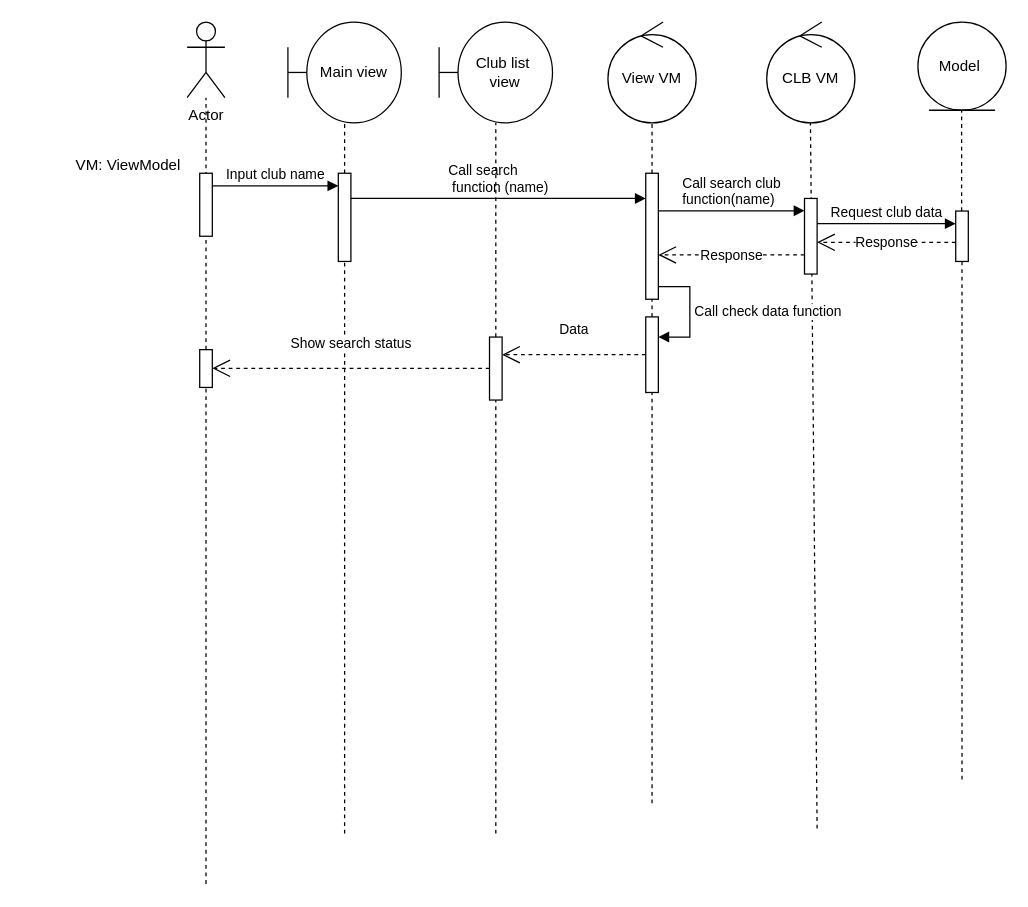
This is page "Search" (5 of 13) of Diagram.drawio from DnhTrn/finall_project, a draw.io file, before an edit. Source tidied: cells renumbered, new cells numbered last; positions are measured from the earlier drawing's top-left corner, leaving out a move shared by most shapes. Both pictures are drawn from the tidied source at 126%, with x=0, y=0 at pixel (73, 21).
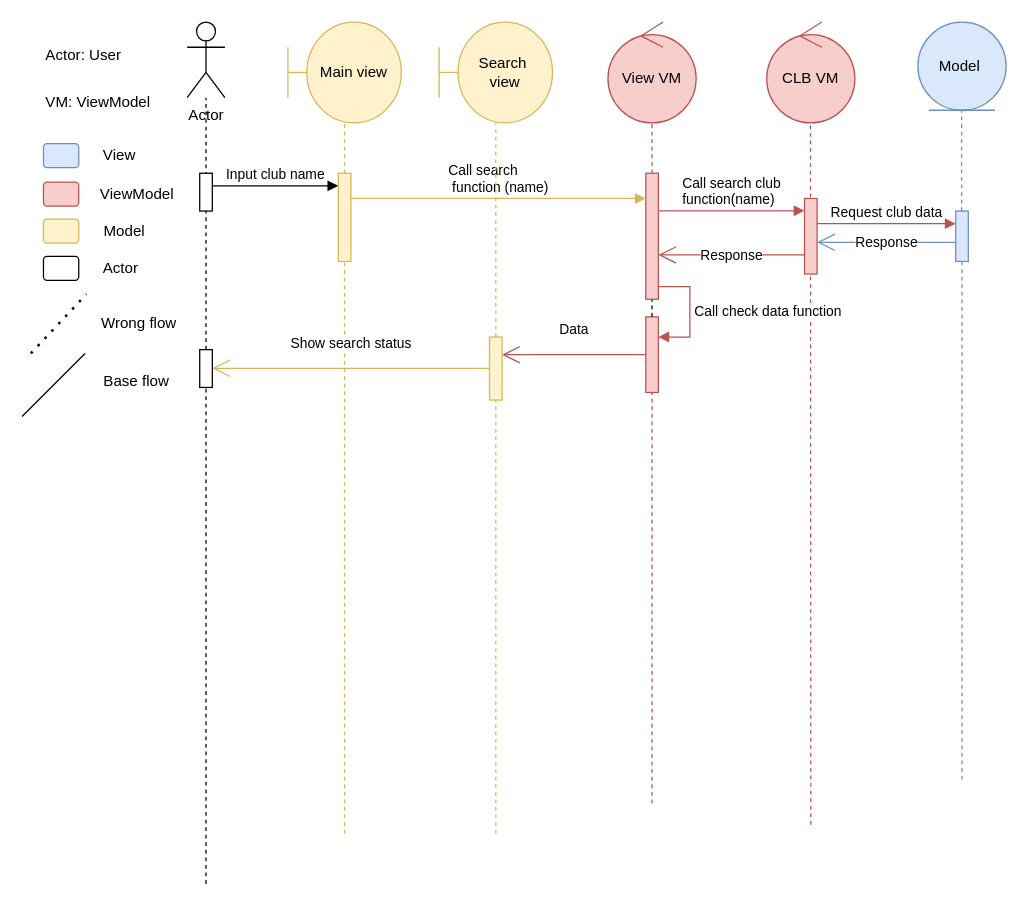
Above is the later version.

Diff of the diagram source:
```diff
@@
-    <mxCell id="3" value="Main view" style="shape=umlBoundary;whiteSpace=wrap;html=1;" parent="1" vertex="1">
+    <mxCell id="3" value="Main view" style="shape=umlBoundary;whiteSpace=wrap;html=1;fillColor=#fff2cc;strokeColor=#d6b656;" parent="1" vertex="1">
       <mxGeometry x="170" width="90" height="80" as="geometry" />
     </mxCell>
-    <mxCell id="4" value="Model&amp;nbsp;" style="ellipse;shape=umlEntity;whiteSpace=wrap;html=1;" parent="1" vertex="1">
+    <mxCell id="4" value="Model&amp;nbsp;" style="ellipse;shape=umlEntity;whiteSpace=wrap;html=1;fillColor=#dae8fc;strokeColor=#6c8ebf;" parent="1" vertex="1">
       <mxGeometry x="670" width="70" height="70" as="geometry" />
     </mxCell>
@@
-    <mxCell id="6" style="endArrow=none;dashed=1;html=1;rounded=0;" parent="1" edge="1" source="31">
+    <mxCell id="6" style="endArrow=none;dashed=1;html=1;rounded=0;fillColor=#dae8fc;strokeColor=#6c8ebf;" parent="1" edge="1" source="31">
       <mxGeometry relative="1" as="geometry">
         <mxPoint x="704.7" y="70" as="targetPoint" />
       </mxGeometry>
     </mxCell>
-    <mxCell id="7" style="endArrow=none;dashed=1;html=1;rounded=0;" parent="1" edge="1" source="29" target="3">
+    <mxCell id="7" style="endArrow=none;dashed=1;html=1;rounded=0;fillColor=#fff2cc;strokeColor=#d6b656;" parent="1" edge="1" source="29" target="3">
       <mxGeometry relative="1" as="geometry" />
     </mxCell>
-    <mxCell id="8" value="CLB VM" style="ellipse;shape=umlControl;whiteSpace=wrap;html=1;" parent="1" vertex="1">
+    <mxCell id="8" value="CLB VM" style="ellipse;shape=umlControl;whiteSpace=wrap;html=1;fillColor=#f8cecc;strokeColor=#b85450;" parent="1" vertex="1">
       <mxGeometry x="550" width="70" height="80" as="geometry" />
     </mxCell>
-    <mxCell id="9" style="endArrow=none;dashed=1;html=1;rounded=0;entryX=0.496;entryY=1;entryDx=0;entryDy=0;entryPerimeter=0;" parent="1" edge="1" target="8">
+    <mxCell id="9" style="endArrow=none;dashed=1;html=1;rounded=0;entryX=0.496;entryY=1;entryDx=0;entryDy=0;entryPerimeter=0;fillColor=#f8cecc;strokeColor=#b85450;" parent="1" edge="1" target="8">
       <mxGeometry relative="1" as="geometry">
-        <mxPoint x="590" y="640" as="sourcePoint" />
+        <mxPoint x="585" y="637" as="sourcePoint" />
       </mxGeometry>
     </mxCell>
-    <mxCell id="10" style="html=1;points=[[0,0,0,0,5],[0,1,0,0,-5],[1,0,0,0,5],[1,1,0,0,-5]];perimeter=orthogonalPerimeter;outlineConnect=0;targetShapes=umlLifeline;portConstraint=eastwest;newEdgeStyle={&quot;curved&quot;:0,&quot;rounded&quot;:0};" parent="1" vertex="1">
+    <mxCell id="10" style="html=1;points=[[0,0,0,0,5],[0,1,0,0,-5],[1,0,0,0,5],[1,1,0,0,-5]];perimeter=orthogonalPerimeter;outlineConnect=0;targetShapes=umlLifeline;portConstraint=eastwest;newEdgeStyle={&quot;curved&quot;:0,&quot;rounded&quot;:0};fillColor=#f8cecc;strokeColor=#b85450;" parent="1" vertex="1">
       <mxGeometry x="580" y="140" width="10" height="60" as="geometry" />
     </mxCell>
-    <mxCell id="11" style="endArrow=none;dashed=1;html=1;rounded=0;" parent="1" edge="1" target="31">
+    <mxCell id="11" style="endArrow=none;dashed=1;html=1;rounded=0;fillColor=#dae8fc;strokeColor=#6c8ebf;" parent="1" edge="1" target="31">
       <mxGeometry relative="1" as="geometry">
         <mxPoint x="705" y="601.1" as="sourcePoint" />
       </mxGeometry>
     </mxCell>
-    <mxCell id="12" value="&lt;div style=&quot;text-align: left;&quot;&gt;Request club data&lt;/div&gt;" style="html=1;verticalAlign=bottom;endArrow=block;curved=0;rounded=0;" parent="1" edge="1" source="10">
+    <mxCell id="12" value="&lt;div style=&quot;text-align: left;&quot;&gt;Request club data&lt;/div&gt;" style="html=1;verticalAlign=bottom;endArrow=block;curved=0;rounded=0;fillColor=#f8cecc;strokeColor=#b85450;" parent="1" edge="1" source="10">
       <mxGeometry relative="1" as="geometry">
         <mxPoint x="700" y="160" as="targetPoint" />
       </mxGeometry>
     </mxCell>
-    <mxCell id="13" value="Response" style="endArrow=open;endSize=12;dashed=1;html=1;rounded=0;" parent="1" edge="1" target="10">
+    <mxCell id="13" value="Response" style="endArrow=open;endSize=12;html=1;rounded=0;fillColor=#dae8fc;strokeColor=#6c8ebf;" parent="1" edge="1" target="10">
       <mxGeometry relative="1" as="geometry">
         <mxPoint x="700" y="174.8" as="sourcePoint" />
       </mxGeometry>
     </mxCell>
-    <mxCell id="14" value="View VM" style="ellipse;shape=umlControl;whiteSpace=wrap;html=1;" parent="1" vertex="1">
+    <mxCell id="14" value="View VM" style="ellipse;shape=umlControl;whiteSpace=wrap;html=1;fillColor=#f8cecc;strokeColor=#b85450;" parent="1" vertex="1">
       <mxGeometry x="424" width="70" height="80" as="geometry" />
     </mxCell>
-    <mxCell id="15" style="endArrow=none;dashed=1;html=1;rounded=0;" parent="1" edge="1" source="19">
+    <mxCell id="15" style="endArrow=none;dashed=1;html=1;rounded=0;fillColor=#f8cecc;strokeColor=#b85450;" parent="1" edge="1" source="19">
       <mxGeometry relative="1" as="geometry">
         <mxPoint x="459" y="80" as="targetPoint" />
       </mxGeometry>
     </mxCell>
-    <mxCell id="16" style="html=1;points=[[0,0,0,0,5],[0,1,0,0,-5],[1,0,0,0,5],[1,1,0,0,-5]];perimeter=orthogonalPerimeter;outlineConnect=0;targetShapes=umlLifeline;portConstraint=eastwest;newEdgeStyle={&quot;curved&quot;:0,&quot;rounded&quot;:0};" parent="1" vertex="1">
+    <mxCell id="16" style="html=1;points=[[0,0,0,0,5],[0,1,0,0,-5],[1,0,0,0,5],[1,1,0,0,-5]];perimeter=orthogonalPerimeter;outlineConnect=0;targetShapes=umlLifeline;portConstraint=eastwest;newEdgeStyle={&quot;curved&quot;:0,&quot;rounded&quot;:0};fillColor=#f8cecc;strokeColor=#b85450;" parent="1" vertex="1">
       <mxGeometry x="454" y="234" width="10" height="60" as="geometry" />
     </mxCell>
-    <mxCell id="17" value="&lt;div style=&quot;text-align: left;&quot;&gt;Call search club&lt;/div&gt;&lt;div style=&quot;text-align: left;&quot;&gt;function(name)&lt;/div&gt;" style="html=1;verticalAlign=bottom;endArrow=block;curved=0;rounded=0;" parent="1" edge="1" source="19">
+    <mxCell id="17" value="&lt;div style=&quot;text-align: left;&quot;&gt;Call search club&lt;/div&gt;&lt;div style=&quot;text-align: left;&quot;&gt;function(name)&lt;/div&gt;" style="html=1;verticalAlign=bottom;endArrow=block;curved=0;rounded=0;fillColor=#f8cecc;strokeColor=#b85450;" parent="1" edge="1" source="19">
       <mxGeometry relative="1" as="geometry">
         <mxPoint x="580" y="149.8" as="targetPoint" />
         <Array as="points">
           <mxPoint x="580" y="149.8" />
         </Array>
       </mxGeometry>
     </mxCell>
@@
-    <mxCell id="19" style="html=1;points=[[0,0,0,0,5],[0,1,0,0,-5],[1,0,0,0,5],[1,1,0,0,-5]];perimeter=orthogonalPerimeter;outlineConnect=0;targetShapes=umlLifeline;portConstraint=eastwest;newEdgeStyle={&quot;curved&quot;:0,&quot;rounded&quot;:0};" parent="1" vertex="1">
+    <mxCell id="19" style="html=1;points=[[0,0,0,0,5],[0,1,0,0,-5],[1,0,0,0,5],[1,1,0,0,-5]];perimeter=orthogonalPerimeter;outlineConnect=0;targetShapes=umlLifeline;portConstraint=eastwest;newEdgeStyle={&quot;curved&quot;:0,&quot;rounded&quot;:0};fillColor=#f8cecc;strokeColor=#b85450;" parent="1" vertex="1">
       <mxGeometry x="454" y="120" width="10" height="100" as="geometry" />
     </mxCell>
-    <mxCell id="20" value="Response" style="endArrow=open;endSize=12;dashed=1;html=1;rounded=0;" parent="1" edge="1" target="19">
+    <mxCell id="20" value="Response" style="endArrow=open;endSize=12;html=1;rounded=0;fillColor=#f8cecc;strokeColor=#b85450;" parent="1" edge="1" target="19">
       <mxGeometry relative="1" as="geometry">
         <mxPoint x="580" y="184.8" as="sourcePoint" />
       </mxGeometry>
     </mxCell>
-    <mxCell id="21" value="Call check data function&amp;nbsp;" style="html=1;align=left;spacingLeft=2;endArrow=block;rounded=0;edgeStyle=orthogonalEdgeStyle;curved=0;rounded=0;" parent="1" edge="1" source="19" target="16">
+    <mxCell id="21" value="Call check data function&amp;nbsp;" style="html=1;align=left;spacingLeft=2;endArrow=block;rounded=0;edgeStyle=orthogonalEdgeStyle;curved=0;rounded=0;fillColor=#f8cecc;strokeColor=#b85450;" parent="1" edge="1" source="19" target="16">
       <mxGeometry relative="1" as="geometry">
         <Array as="points">
           <mxPoint x="489" y="210" />
           <mxPoint x="489" y="250" />
         </Array>
       </mxGeometry>
     </mxCell>
-    <mxCell id="22" style="endArrow=none;dashed=1;html=1;rounded=0;" parent="1" edge="1" target="29">
+    <mxCell id="22" style="endArrow=none;dashed=1;html=1;rounded=0;fillColor=#fff2cc;strokeColor=#d6b656;" parent="1" edge="1" target="29">
       <mxGeometry relative="1" as="geometry">
         <mxPoint x="215" y="644" as="sourcePoint" />
       </mxGeometry>
     </mxCell>
-    <mxCell id="23" value="Show search status" style="endArrow=open;endSize=12;dashed=1;html=1;rounded=0;" parent="1" edge="1" source="36">
+    <mxCell id="23" value="Show search status" style="endArrow=open;endSize=12;html=1;rounded=0;fillColor=#fff2cc;strokeColor=#d6b656;" parent="1" edge="1" source="36">
       <mxGeometry y="-20" relative="1" as="geometry">
         <mxPoint x="110" y="274.8" as="targetPoint" />
       </mxGeometry>
     </mxCell>
@@
-    <mxCell id="26" style="endArrow=none;dashed=1;html=1;rounded=0;" parent="1" edge="1" target="16">
+    <mxCell id="26" style="endArrow=none;dashed=1;html=1;rounded=0;fillColor=#f8cecc;strokeColor=#b85450;" parent="1" edge="1" target="16">
       <mxGeometry relative="1" as="geometry">
         <mxPoint x="459" y="620" as="sourcePoint" />
       </mxGeometry>
     </mxCell>
     <mxCell id="27" style="html=1;perimeter=orthogonalPerimeter;targetShapes=umlLifeline;newEdgeStyle={&quot;curved&quot;:0,&quot;rounded&quot;:0};" parent="1" vertex="1">
-      <mxGeometry x="100" y="120" width="10" height="50" as="geometry" />
+      <mxGeometry x="100" y="120" width="10" height="30" as="geometry" />
     </mxCell>
@@
-    <mxCell id="29" style="html=1;points=[[0,0,0,0,5],[0,1,0,0,-5],[1,0,0,0,5],[1,1,0,0,-5]];perimeter=orthogonalPerimeter;outlineConnect=0;targetShapes=umlLifeline;portConstraint=eastwest;newEdgeStyle={&quot;curved&quot;:0,&quot;rounded&quot;:0};" parent="1" vertex="1">
+    <mxCell id="29" style="html=1;points=[[0,0,0,0,5],[0,1,0,0,-5],[1,0,0,0,5],[1,1,0,0,-5]];perimeter=orthogonalPerimeter;outlineConnect=0;targetShapes=umlLifeline;portConstraint=eastwest;newEdgeStyle={&quot;curved&quot;:0,&quot;rounded&quot;:0};fillColor=#fff2cc;strokeColor=#d6b656;" parent="1" vertex="1">
       <mxGeometry x="210" y="120" width="10" height="70" as="geometry" />
     </mxCell>
-    <mxCell id="30" value="&lt;div style=&quot;text-align: left;&quot;&gt;Call search&lt;/div&gt;&lt;div style=&quot;text-align: left;&quot;&gt;&amp;nbsp;function (name)&lt;/div&gt;" style="html=1;verticalAlign=bottom;endArrow=block;curved=0;rounded=0;" parent="1" edge="1" target="19">
+    <mxCell id="30" value="&lt;div style=&quot;text-align: left;&quot;&gt;Call search&lt;/div&gt;&lt;div style=&quot;text-align: left;&quot;&gt;&amp;nbsp;function (name)&lt;/div&gt;" style="html=1;verticalAlign=bottom;endArrow=block;curved=0;rounded=0;fillColor=#fff2cc;strokeColor=#d6b656;" parent="1" edge="1" target="19">
       <mxGeometry relative="1" as="geometry">
         <mxPoint x="220" y="140" as="sourcePoint" />
       </mxGeometry>
     </mxCell>
-    <mxCell id="31" style="html=1;points=[[0,0,0,0,5],[0,1,0,0,-5],[1,0,0,0,5],[1,1,0,0,-5]];perimeter=orthogonalPerimeter;outlineConnect=0;targetShapes=umlLifeline;portConstraint=eastwest;newEdgeStyle={&quot;curved&quot;:0,&quot;rounded&quot;:0};" parent="1" vertex="1">
+    <mxCell id="31" style="html=1;points=[[0,0,0,0,5],[0,1,0,0,-5],[1,0,0,0,5],[1,1,0,0,-5]];perimeter=orthogonalPerimeter;outlineConnect=0;targetShapes=umlLifeline;portConstraint=eastwest;newEdgeStyle={&quot;curved&quot;:0,&quot;rounded&quot;:0};fillColor=#dae8fc;strokeColor=#6c8ebf;" parent="1" vertex="1">
       <mxGeometry x="700" y="150" width="10" height="40" as="geometry" />
     </mxCell>
-    <mxCell id="32" value="Data" style="endArrow=open;endSize=12;dashed=1;html=1;rounded=0;" parent="1" edge="1" source="16" target="36">
+    <mxCell id="32" value="Data" style="endArrow=open;endSize=12;html=1;rounded=0;fillColor=#f8cecc;strokeColor=#b85450;" parent="1" edge="1" source="16" target="36">
       <mxGeometry y="-20" relative="1" as="geometry" />
     </mxCell>
-    <mxCell id="33" value="Club list&amp;nbsp;&lt;div&gt;view&lt;/div&gt;" style="shape=umlBoundary;whiteSpace=wrap;html=1;" parent="1" vertex="1">
+    <mxCell id="33" value="Search&amp;nbsp;&lt;div&gt;view&lt;/div&gt;" style="shape=umlBoundary;whiteSpace=wrap;html=1;fillColor=#fff2cc;strokeColor=#d6b656;" parent="1" vertex="1">
       <mxGeometry x="290" width="90" height="80" as="geometry" />
     </mxCell>
-    <mxCell id="34" style="endArrow=none;dashed=1;html=1;rounded=0;" parent="1" edge="1" source="36" target="33">
+    <mxCell id="34" style="endArrow=none;dashed=1;html=1;rounded=0;fillColor=#fff2cc;strokeColor=#d6b656;" parent="1" edge="1" source="36" target="33">
       <mxGeometry relative="1" as="geometry" />
     </mxCell>
-    <mxCell id="35" style="endArrow=none;dashed=1;html=1;rounded=0;" parent="1" edge="1" target="36">
+    <mxCell id="35" style="endArrow=none;dashed=1;html=1;rounded=0;fillColor=#fff2cc;strokeColor=#d6b656;" parent="1" edge="1" target="36">
       <mxGeometry relative="1" as="geometry">
         <mxPoint x="335" y="644" as="sourcePoint" />
       </mxGeometry>
     </mxCell>
-    <mxCell id="36" style="html=1;points=[[0,0,0,0,5],[0,1,0,0,-5],[1,0,0,0,5],[1,1,0,0,-5]];perimeter=orthogonalPerimeter;outlineConnect=0;targetShapes=umlLifeline;portConstraint=eastwest;newEdgeStyle={&quot;curved&quot;:0,&quot;rounded&quot;:0};" parent="1" vertex="1">
+    <mxCell id="36" style="html=1;points=[[0,0,0,0,5],[0,1,0,0,-5],[1,0,0,0,5],[1,1,0,0,-5]];perimeter=orthogonalPerimeter;outlineConnect=0;targetShapes=umlLifeline;portConstraint=eastwest;newEdgeStyle={&quot;curved&quot;:0,&quot;rounded&quot;:0};fillColor=#fff2cc;strokeColor=#d6b656;" parent="1" vertex="1">
       <mxGeometry x="330" y="250" width="10" height="50" as="geometry" />
     </mxCell>
-    <mxCell id="37" value="&lt;div style=&quot;text-align: center;&quot;&gt;&lt;span style=&quot;text-wrap: nowrap;&quot;&gt;VM: ViewModel&lt;/span&gt;&lt;/div&gt;" style="text;whiteSpace=wrap;html=1;" parent="1" vertex="1">
-      <mxGeometry y="100" width="120" height="40" as="geometry" />
+    <mxCell id="37" value="&lt;div style=&quot;&quot;&gt;&lt;span style=&quot;background-color: initial;&quot;&gt;VM: ViewModel&lt;/span&gt;&lt;/div&gt;" style="text;html=1;align=left;verticalAlign=middle;whiteSpace=wrap;rounded=0;" parent="1" vertex="1">
+      <mxGeometry x="-24" y="49" width="101" height="30" as="geometry" />
     </mxCell>
+    <mxCell id="38" style="rounded=1;whiteSpace=wrap;html=1;fillColor=#dae8fc;strokeColor=#6c8ebf;" parent="1" vertex="1">
+      <mxGeometry x="-24" y="96.5" width="28" height="19" as="geometry" />
+    </mxCell>
+    <mxCell id="39" value="View" style="text;html=1;align=center;verticalAlign=middle;strokeColor=none;fillColor=none;" parent="1" vertex="1">
+      <mxGeometry x="14" y="93" width="44" height="26" as="geometry" />
+    </mxCell>
+    <mxCell id="40" style="rounded=1;whiteSpace=wrap;html=1;fillColor=#f8cecc;strokeColor=#b85450;" parent="1" vertex="1">
+      <mxGeometry x="-24" y="127" width="28" height="19" as="geometry" />
+    </mxCell>
+    <mxCell id="41" value="ViewModel" style="text;html=1;align=center;verticalAlign=middle;strokeColor=none;fillColor=none;" parent="1" vertex="1">
+      <mxGeometry x="12" y="123.5" width="76" height="26" as="geometry" />
+    </mxCell>
+    <mxCell id="42" style="rounded=1;whiteSpace=wrap;html=1;fillColor=#fff2cc;strokeColor=#d6b656;" parent="1" vertex="1">
+      <mxGeometry x="-24" y="156.5" width="28" height="19" as="geometry" />
+    </mxCell>
+    <mxCell id="43" value="Model" style="text;html=1;align=center;verticalAlign=middle;strokeColor=none;fillColor=none;" parent="1" vertex="1">
+      <mxGeometry x="14" y="153" width="51" height="26" as="geometry" />
+    </mxCell>
+    <mxCell id="44" style="endArrow=none;dashed=1;html=1;dashPattern=1 3;strokeWidth=2;rounded=0;" parent="1" edge="1">
+      <mxGeometry relative="1" as="geometry">
+        <mxPoint x="-34" y="263" as="sourcePoint" />
+        <mxPoint x="10" y="216" as="targetPoint" />
+      </mxGeometry>
+    </mxCell>
+    <mxCell id="45" value="Wrong flow" style="text;html=1;align=center;verticalAlign=middle;whiteSpace=wrap;rounded=0;" parent="1" vertex="1">
+      <mxGeometry x="14" y="224" width="76" height="30" as="geometry" />
+    </mxCell>
+    <mxCell id="46" style="endArrow=none;html=1;rounded=0;" parent="1" edge="1">
+      <mxGeometry relative="1" as="geometry">
+        <mxPoint x="-41" y="313" as="sourcePoint" />
+        <mxPoint x="9" y="263" as="targetPoint" />
+      </mxGeometry>
+    </mxCell>
+    <mxCell id="47" value="Base flow" style="text;html=1;align=center;verticalAlign=middle;whiteSpace=wrap;rounded=0;" parent="1" vertex="1">
+      <mxGeometry x="12" y="270" width="76" height="30" as="geometry" />
+    </mxCell>
+    <mxCell id="48" value="&lt;div style=&quot;&quot;&gt;&lt;br&gt;&lt;/div&gt;" style="text;html=1;align=left;verticalAlign=middle;strokeColor=none;fillColor=none;" parent="1" vertex="1">
+      <mxGeometry x="-25" y="12" width="18" height="26" as="geometry" />
+    </mxCell>
+    <mxCell id="49" value="&lt;div style=&quot;&quot;&gt;&lt;span style=&quot;background-color: initial;&quot;&gt;Actor: User&lt;/span&gt;&lt;/div&gt;" style="text;html=1;align=left;verticalAlign=middle;whiteSpace=wrap;rounded=0;" parent="1" vertex="1">
+      <mxGeometry x="-24" y="12" width="89" height="30" as="geometry" />
+    </mxCell>
+    <mxCell id="50" style="rounded=1;whiteSpace=wrap;html=1;" parent="1" vertex="1">
+      <mxGeometry x="-24" y="186" width="28" height="19" as="geometry" />
+    </mxCell>
+    <mxCell id="51" value="Actor" style="text;html=1;align=center;verticalAlign=middle;strokeColor=none;fillColor=none;" parent="1" vertex="1">
+      <mxGeometry x="14" y="182.5" width="46" height="26" as="geometry" />
+    </mxCell>
```
